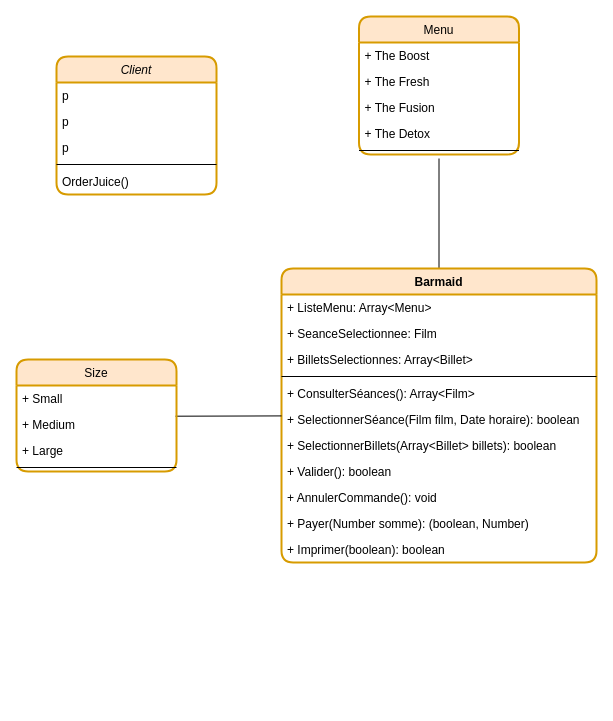
The draw.io diagram page "Class" (2 of 3) of Conception/Domaine.drawio in sokhnat/fipipn-02-info-1-exam, before the edit. Source tidied: cells renumbered, new cells numbered last; positions are measured from the earlier drawing's top-left corner, leaving out a move shared by most shapes. Both pictures are drawn from the tidied source at 100%, with x=0, y=0 at pixel (16, 16).
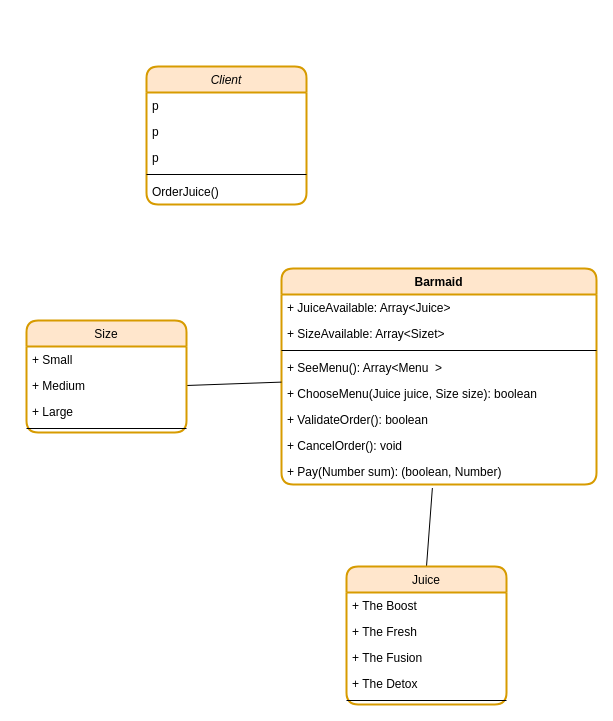
Above is the later version.

The change refers to these unchanged cells:
```xml
<mxCell id="18" value="+ Medium" style="text;align=left;verticalAlign=top;spacingLeft=4;spacingRight=4;overflow=hidden;points=[[0,0.5],[1,0.5]];portConstraint=eastwest;rounded=0;shadow=0;html=0;" parent="16" vertex="1">
  <mxGeometry y="52" width="160" height="26" as="geometry" />
</mxCell>
```

Change to the diagram source:
```diff
@@
-    <mxCell id="2" style="edgeStyle=none;rounded=0;jettySize=auto;html=1;endArrow=none;endFill=0;strokeColor=#000000;" parent="1" edge="1" target="3">
-      <mxGeometry relative="1" as="geometry">
-        <mxPoint x="422.5" y="142" as="sourcePoint" />
-      </mxGeometry>
+    <mxCell id="2" style="edgeStyle=none;rounded=0;jettySize=auto;html=1;endArrow=none;endFill=0;strokeColor=#000000;entryX=0.479;entryY=1.136;entryDx=0;entryDy=0;entryPerimeter=0;exitX=0.5;exitY=0;exitDx=0;exitDy=0;" parent="1" edge="1" source="21" target="13">
+      <mxGeometry relative="1" as="geometry" />
     </mxCell>
     <mxCell id="3" value="Barmaid" style="swimlane;fontStyle=1;align=center;verticalAlign=top;horizontal=1;startSize=26;rounded=1;strokeWidth=2;fillColor=#ffe6cc;strokeColor=#d79b00;" parent="1" vertex="1">
-      <mxGeometry x="265" y="252" width="315" height="294" as="geometry" />
+      <mxGeometry x="265" y="252" width="315" height="216" as="geometry" />
     </mxCell>
-    <mxCell id="4" value="+ ListeMenu: Array&lt;Menu&gt;" style="text;strokeColor=none;fillColor=none;align=left;verticalAlign=top;spacingLeft=4;spacingRight=4;overflow=hidden;rounded=1;" parent="3" vertex="1">
+    <mxCell id="4" value="+ JuiceAvailable: Array&lt;Juice&gt;" style="text;strokeColor=none;fillColor=none;align=left;verticalAlign=top;spacingLeft=4;spacingRight=4;overflow=hidden;rounded=1;" parent="3" vertex="1">
       <mxGeometry y="26" width="315" height="26" as="geometry" />
     </mxCell>
-    <mxCell id="5" value="+ SeanceSelectionnee: Film" style="text;strokeColor=none;fillColor=none;align=left;verticalAlign=top;spacingLeft=4;spacingRight=4;overflow=hidden;rounded=1;" parent="3" vertex="1">
-      <mxGeometry y="52" width="315" height="26" as="geometry" />
-    </mxCell>
-    <mxCell id="6" value="+ BilletsSelectionnes: Array&lt;Billet&gt;" style="text;strokeColor=none;fillColor=none;align=left;verticalAlign=top;spacingLeft=4;spacingRight=4;overflow=hidden;rounded=1;" parent="3" vertex="1">
-      <mxGeometry y="78" width="315" height="26" as="geometry" />
+    <mxCell id="6" value="+ SizeAvailable: Array&lt;Sizet&gt;" style="text;strokeColor=none;fillColor=none;align=left;verticalAlign=top;spacingLeft=4;spacingRight=4;overflow=hidden;rounded=1;" parent="3" vertex="1">
+      <mxGeometry y="52" width="315" height="26" as="geometry" />
     </mxCell>
     <mxCell id="7" style="line;strokeWidth=1;fillColor=none;align=left;verticalAlign=middle;spacingTop=-1;spacingLeft=3;spacingRight=3;labelPosition=right;rounded=1;" parent="3" vertex="1">
-      <mxGeometry y="104" width="315" height="8" as="geometry" />
+      <mxGeometry y="78" width="315" height="8" as="geometry" />
     </mxCell>
-    <mxCell id="8" value="+ ConsulterSéances(): Array&lt;Film&gt;" style="text;strokeColor=none;fillColor=none;align=left;verticalAlign=top;spacingLeft=4;spacingRight=4;overflow=hidden;rounded=1;" parent="3" vertex="1">
-      <mxGeometry y="112" width="315" height="26" as="geometry" />
+    <mxCell id="8" value="+ SeeMenu(): Array&lt;Menu  &gt;" style="text;strokeColor=none;fillColor=none;align=left;verticalAlign=top;spacingLeft=4;spacingRight=4;overflow=hidden;rounded=1;" parent="3" vertex="1">
+      <mxGeometry y="86" width="315" height="26" as="geometry" />
     </mxCell>
-    <mxCell id="9" value="+ SelectionnerSéance(Film film, Date horaire): boolean" style="text;strokeColor=none;fillColor=none;align=left;verticalAlign=top;spacingLeft=4;spacingRight=4;overflow=hidden;rounded=1;" parent="3" vertex="1">
-      <mxGeometry y="138" width="315" height="26" as="geometry" />
-    </mxCell>
-    <mxCell id="10" value="+ SelectionnerBillets(Array&lt;Billet&gt; billets): boolean" style="text;strokeColor=none;fillColor=none;align=left;verticalAlign=top;spacingLeft=4;spacingRight=4;overflow=hidden;rounded=1;" parent="3" vertex="1">
-      <mxGeometry y="164" width="315" height="26" as="geometry" />
-    </mxCell>
+    <mxCell id="33" value="+ ChooseMenu(Juice juice, Size size): boolean" style="text;strokeColor=none;fillColor=none;align=left;verticalAlign=top;spacingLeft=4;spacingRight=4;overflow=hidden;rounded=1;" parent="3" vertex="1">
+      <mxGeometry y="112" width="315" height="26" as="geometry" />
+    </mxCell>
-    <mxCell id="11" value="+ Valider(): boolean" style="text;strokeColor=none;fillColor=none;align=left;verticalAlign=top;spacingLeft=4;spacingRight=4;overflow=hidden;rounded=1;" parent="3" vertex="1">
-      <mxGeometry y="190" width="315" height="26" as="geometry" />
+    <mxCell id="11" value="+ ValidateOrder(): boolean" style="text;strokeColor=none;fillColor=none;align=left;verticalAlign=top;spacingLeft=4;spacingRight=4;overflow=hidden;rounded=1;" parent="3" vertex="1">
+      <mxGeometry y="138" width="315" height="26" as="geometry" />
     </mxCell>
-    <mxCell id="12" value="+ AnnulerCommande(): void" style="text;strokeColor=none;fillColor=none;align=left;verticalAlign=top;spacingLeft=4;spacingRight=4;overflow=hidden;rounded=1;" parent="3" vertex="1">
-      <mxGeometry y="216" width="315" height="26" as="geometry" />
+    <mxCell id="12" value="+ CancelOrder(): void" style="text;strokeColor=none;fillColor=none;align=left;verticalAlign=top;spacingLeft=4;spacingRight=4;overflow=hidden;rounded=1;" parent="3" vertex="1">
+      <mxGeometry y="164" width="315" height="26" as="geometry" />
     </mxCell>
-    <mxCell id="13" value="+ Payer(Number somme): (boolean, Number)" style="text;strokeColor=none;fillColor=none;align=left;verticalAlign=top;spacingLeft=4;spacingRight=4;overflow=hidden;points=[[0,0.5],[1,0.5]];portConstraint=eastwest;rounded=1;" parent="3" vertex="1">
-      <mxGeometry y="242" width="315" height="26" as="geometry" />
+    <mxCell id="13" value="+ Pay(Number sum): (boolean, Number)" style="text;strokeColor=none;fillColor=none;align=left;verticalAlign=top;spacingLeft=4;spacingRight=4;overflow=hidden;points=[[0,0.5],[1,0.5]];portConstraint=eastwest;rounded=1;" parent="3" vertex="1">
+      <mxGeometry y="190" width="315" height="26" as="geometry" />
     </mxCell>
-    <mxCell id="14" value="+ Imprimer(boolean): boolean" style="text;strokeColor=none;fillColor=none;align=left;verticalAlign=top;spacingLeft=4;spacingRight=4;overflow=hidden;rounded=1;" parent="3" vertex="1">
-      <mxGeometry y="268" width="315" height="26" as="geometry" />
-    </mxCell>
-    <mxCell id="15" style="edgeStyle=none;rounded=0;jettySize=auto;html=1;exitX=0.994;exitY=0.161;exitDx=0;exitDy=0;endArrow=none;endFill=0;strokeColor=#000000;exitPerimeter=0;" parent="1" edge="1" target="3">
-      <mxGeometry relative="1" as="geometry">
-        <mxPoint x="159" y="399.7" as="sourcePoint" />
-      </mxGeometry>
+    <mxCell id="15" style="edgeStyle=none;rounded=0;jettySize=auto;html=1;exitX=1;exitY=0.5;exitDx=0;exitDy=0;endArrow=none;endFill=0;strokeColor=#000000;" parent="1" edge="1" source="18" target="3">
+      <mxGeometry relative="1" as="geometry" />
     </mxCell>
     <mxCell id="16" value="Size" style="swimlane;fontStyle=0;align=center;verticalAlign=top;horizontal=1;startSize=26;rounded=1;shadow=0;strokeWidth=2;fillColor=#ffe6cc;strokeColor=#d79b00;" parent="1" vertex="1">
-      <mxGeometry y="343" width="160" height="112" as="geometry" />
+      <mxGeometry x="10" y="304" width="160" height="112" as="geometry" />
     </mxCell>
@@
-    <mxCell id="21" value="Menu" style="swimlane;fontStyle=0;align=center;verticalAlign=top;horizontal=1;startSize=26;rounded=1;shadow=0;strokeWidth=2;fillColor=#ffe6cc;strokeColor=#d79b00;" parent="1" vertex="1">
-      <mxGeometry x="342.5" width="160" height="138" as="geometry" />
+    <mxCell id="21" value="Juice" style="swimlane;fontStyle=0;align=center;verticalAlign=top;horizontal=1;startSize=26;rounded=1;shadow=0;strokeWidth=2;fillColor=#ffe6cc;strokeColor=#d79b00;" parent="1" vertex="1">
+      <mxGeometry x="330" y="550" width="160" height="138" as="geometry" />
     </mxCell>
@@
     <mxCell id="27" value="Client" style="swimlane;fontStyle=2;align=center;verticalAlign=top;horizontal=1;startSize=26;rounded=1;shadow=0;strokeWidth=2;fillColor=#ffe6cc;strokeColor=#d79b00;" parent="1" vertex="1">
-      <mxGeometry x="40" y="40" width="160" height="138" as="geometry" />
+      <mxGeometry x="130" y="50" width="160" height="138" as="geometry" />
     </mxCell>
```
